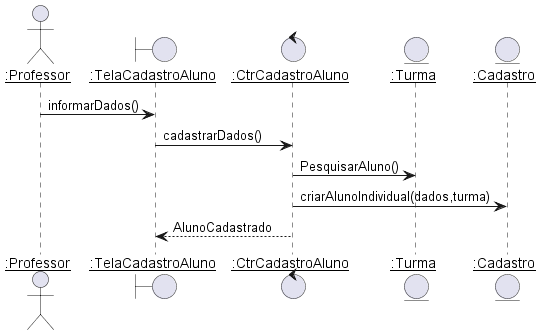
The PlantUML diagram diagramas/sequencia/adicionar_aluno.png in Pedro-V/projetorium, before a commit.
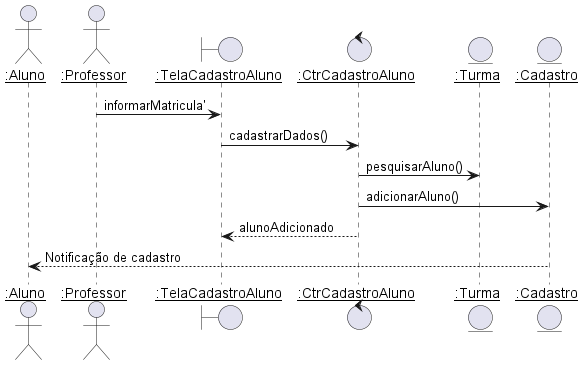
The same file after the commit.

Commit message:
Diagrama revisado

Change to the diagram source:
```diff
@@ -1,16 +1,17 @@
-@startuml adcionar_aluno
+@startuml adicionar_aluno
 skinparam sequenceParticipant underline
 
+actor ":Aluno" as Aluno
 actor ":Professor" as Professor
 boundary ":TelaCadastroAluno" as TelaCadastroAluno
 control ":CtrCadastroAluno" as CtrCadastroAluno
 entity ":Turma" as Turma
 entity ":Cadastro" as Cadastro
 
-Professor -> TelaCadastroAluno : informarDados()
+Professor -> TelaCadastroAluno : informarMatricula'
 TelaCadastroAluno -> CtrCadastroAluno : cadastrarDados()
-CtrCadastroAluno -> Turma : PesquisarAluno()
-CtrCadastroAluno -> Cadastro : criarAlunoIndividual(dados,turma)
-CtrCadastroAluno --> TelaCadastroAluno : AlunoCadastrado
-
+CtrCadastroAluno -> Turma : pesquisarAluno()
+CtrCadastroAluno -> Cadastro : adicionarAluno()
+CtrCadastroAluno --> TelaCadastroAluno : alunoAdicionado
+Cadastro --> Aluno: Notificação de cadastro
 @enduml
```
